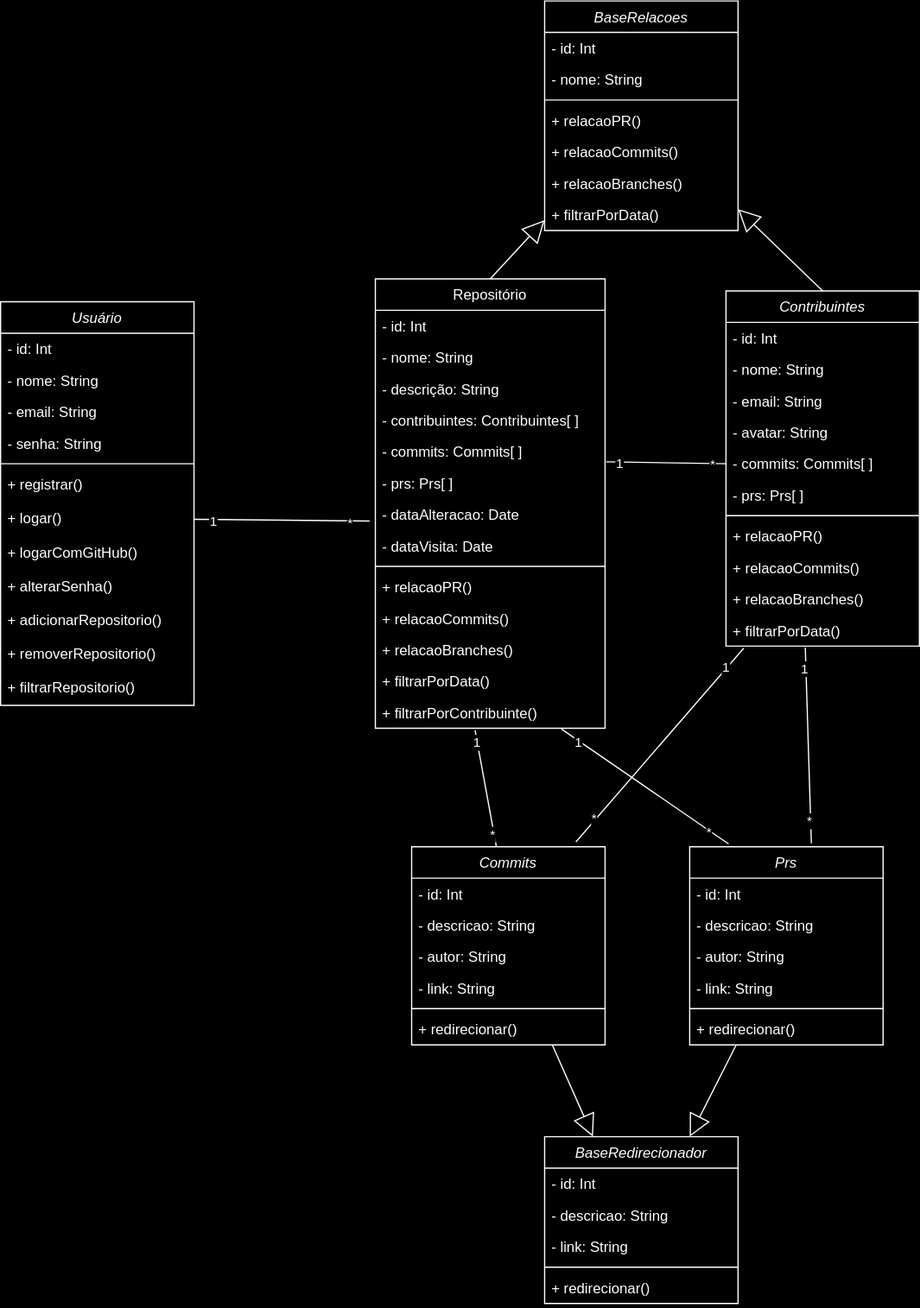
Earlier version of the draw.io export docs/img/class-diagram.svg (ICEI-PUC-Minas-PMV-ADS/pmv-ads-2024-1-e2-proj-int-t6-repoinsight). Source tidied: cells renumbered, new cells last; positions are measured from the earlier drawing's top-left corner, leaving out a move shared by most shapes.
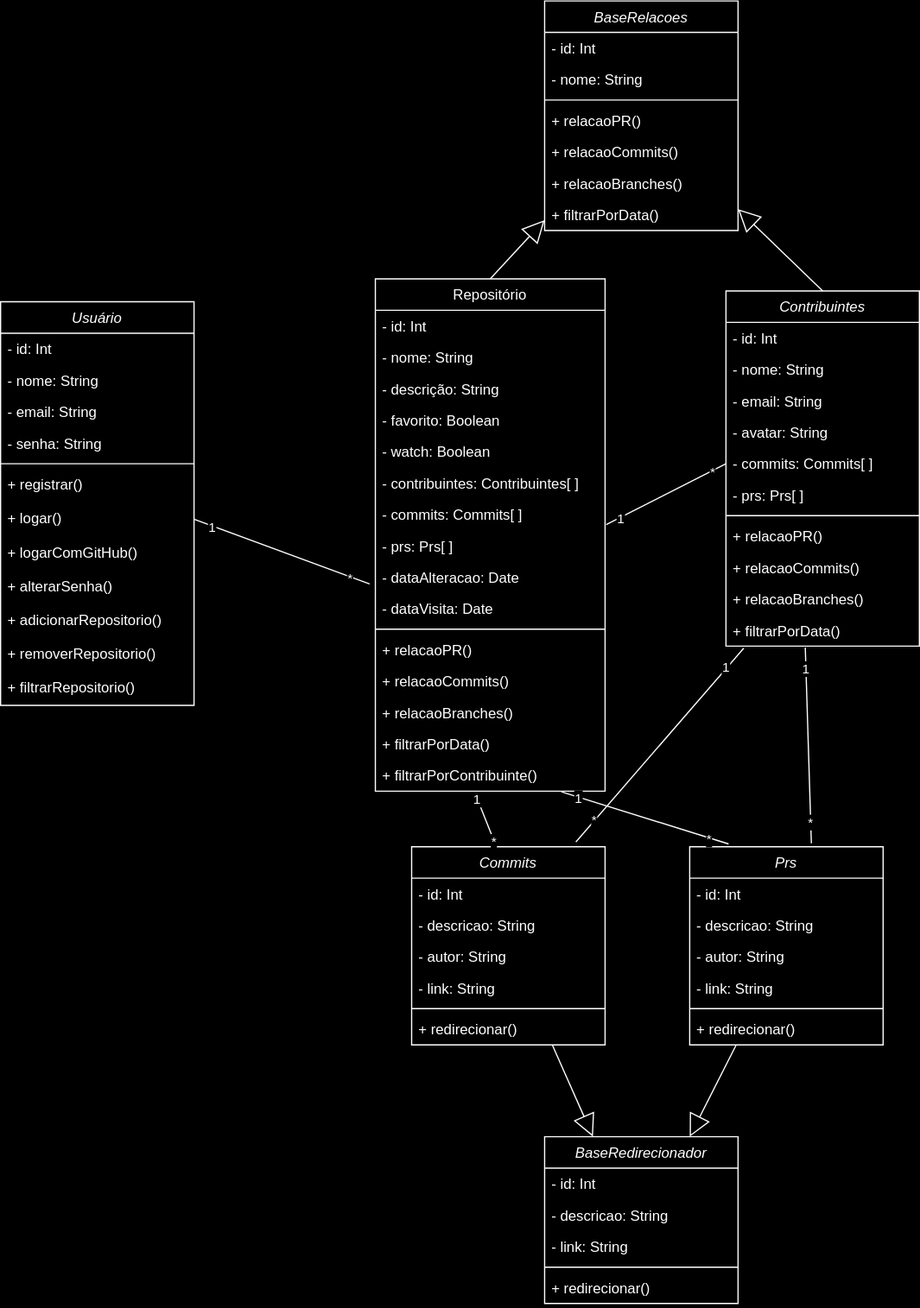
After the commit.

Commit message:
fix: Adicionar favorito e watch na classe repositorio

Change to the diagram source:
```diff
@@ -42,7 +42,7 @@
       <mxGeometry y="306" width="160" height="28" as="geometry" />
     </mxCell>
     <mxCell id="15" value="Repositório" style="swimlane;fontStyle=0;align=center;verticalAlign=top;horizontal=1;startSize=26;rounded=0;shadow=0;strokeWidth=1;" parent="1" vertex="1">
-      <mxGeometry x="310" y="230" width="190" height="372" as="geometry" />
+      <mxGeometry x="310" y="230" width="190" height="424" as="geometry" />
     </mxCell>
     <mxCell id="16" value="- id: Int" style="text;align=left;verticalAlign=top;spacingLeft=4;spacingRight=4;overflow=hidden;" parent="15" vertex="1">
       <mxGeometry y="26" width="190" height="26" as="geometry" />
@@ -53,38 +53,44 @@
     <mxCell id="18" value="- descrição: String" style="text;align=left;verticalAlign=top;spacingLeft=4;spacingRight=4;overflow=hidden;rounded=0;shadow=0;html=0;" parent="15" vertex="1">
       <mxGeometry y="78" width="190" height="26" as="geometry" />
     </mxCell>
+    <mxCell id="92" value="- favorito: Boolean" style="text;align=left;verticalAlign=top;spacingLeft=4;spacingRight=4;overflow=hidden;rounded=0;shadow=0;html=0;" parent="15" vertex="1">
+      <mxGeometry y="104" width="190" height="26" as="geometry" />
+    </mxCell>
+    <mxCell id="93" value="- watch: Boolean" style="text;align=left;verticalAlign=top;spacingLeft=4;spacingRight=4;overflow=hidden;rounded=0;shadow=0;html=0;" parent="15" vertex="1">
+      <mxGeometry y="130" width="190" height="26" as="geometry" />
+    </mxCell>
     <mxCell id="19" value="- contribuintes: Contribuintes[ ]" style="text;align=left;verticalAlign=top;spacingLeft=4;spacingRight=4;overflow=hidden;rounded=0;shadow=0;html=0;" parent="15" vertex="1">
-      <mxGeometry y="104" width="190" height="26" as="geometry" />
+      <mxGeometry y="156" width="190" height="26" as="geometry" />
     </mxCell>
     <mxCell id="20" value="- commits: Commits[ ]" style="text;align=left;verticalAlign=top;spacingLeft=4;spacingRight=4;overflow=hidden;points=[[0,0.5],[1,0.5]];portConstraint=eastwest;rounded=0;shadow=0;html=0;" parent="15" vertex="1">
-      <mxGeometry y="130" width="190" height="26" as="geometry" />
+      <mxGeometry y="182" width="190" height="26" as="geometry" />
     </mxCell>
     <mxCell id="21" value="- prs: Prs[ ]" style="text;align=left;verticalAlign=top;spacingLeft=4;spacingRight=4;overflow=hidden;rounded=0;shadow=0;html=0;" parent="15" vertex="1">
-      <mxGeometry y="156" width="190" height="26" as="geometry" />
+      <mxGeometry y="208" width="190" height="26" as="geometry" />
     </mxCell>
     <mxCell id="22" value="- dataAlteracao: Date" style="text;align=left;verticalAlign=top;spacingLeft=4;spacingRight=4;overflow=hidden;points=[[0,0.5],[1,0.5]];portConstraint=eastwest;rounded=0;shadow=0;html=0;" parent="15" vertex="1">
-      <mxGeometry y="182" width="190" height="26" as="geometry" />
+      <mxGeometry y="234" width="190" height="26" as="geometry" />
     </mxCell>
     <mxCell id="23" value="- dataVisita: Date" style="text;align=left;verticalAlign=top;spacingLeft=4;spacingRight=4;overflow=hidden;rounded=0;shadow=0;html=0;" parent="15" vertex="1">
-      <mxGeometry y="208" width="190" height="26" as="geometry" />
+      <mxGeometry y="260" width="190" height="26" as="geometry" />
     </mxCell>
     <mxCell id="24" style="line;html=1;strokeWidth=1;align=left;verticalAlign=middle;spacingTop=-1;spacingLeft=3;spacingRight=3;labelPosition=right;" parent="15" vertex="1">
-      <mxGeometry y="234" width="190" height="8" as="geometry" />
+      <mxGeometry y="286" width="190" height="8" as="geometry" />
     </mxCell>
     <mxCell id="25" value="+ relacaoPR()" style="text;align=left;verticalAlign=top;spacingLeft=4;spacingRight=4;overflow=hidden;" parent="15" vertex="1">
-      <mxGeometry y="242" width="190" height="26" as="geometry" />
+      <mxGeometry y="294" width="190" height="26" as="geometry" />
     </mxCell>
     <mxCell id="26" value="+ relacaoCommits()" style="text;align=left;verticalAlign=top;spacingLeft=4;spacingRight=4;overflow=hidden;" parent="15" vertex="1">
-      <mxGeometry y="268" width="190" height="26" as="geometry" />
+      <mxGeometry y="320" width="190" height="26" as="geometry" />
     </mxCell>
     <mxCell id="27" value="+ relacaoBranches()" style="text;align=left;verticalAlign=top;spacingLeft=4;spacingRight=4;overflow=hidden;" parent="15" vertex="1">
-      <mxGeometry y="294" width="190" height="26" as="geometry" />
+      <mxGeometry y="346" width="190" height="26" as="geometry" />
     </mxCell>
     <mxCell id="28" value="+ filtrarPorData()" style="text;align=left;verticalAlign=top;spacingLeft=4;spacingRight=4;overflow=hidden;" parent="15" vertex="1">
-      <mxGeometry y="320" width="190" height="26" as="geometry" />
+      <mxGeometry y="372" width="190" height="26" as="geometry" />
     </mxCell>
     <mxCell id="29" value="+ filtrarPorContribuinte()" style="text;align=left;verticalAlign=top;spacingLeft=4;spacingRight=4;overflow=hidden;points=[[0,0.5],[1,0.5]];portConstraint=eastwest;" parent="15" vertex="1">
-      <mxGeometry y="346" width="190" height="26" as="geometry" />
+      <mxGeometry y="398" width="190" height="26" as="geometry" />
     </mxCell>
     <mxCell id="30" value="Contribuintes" style="swimlane;fontStyle=2;align=center;verticalAlign=top;horizontal=1;startSize=26;rounded=0;shadow=0;strokeWidth=1;" parent="1" vertex="1">
       <mxGeometry x="600" y="240" width="160" height="294" as="geometry" />
```
